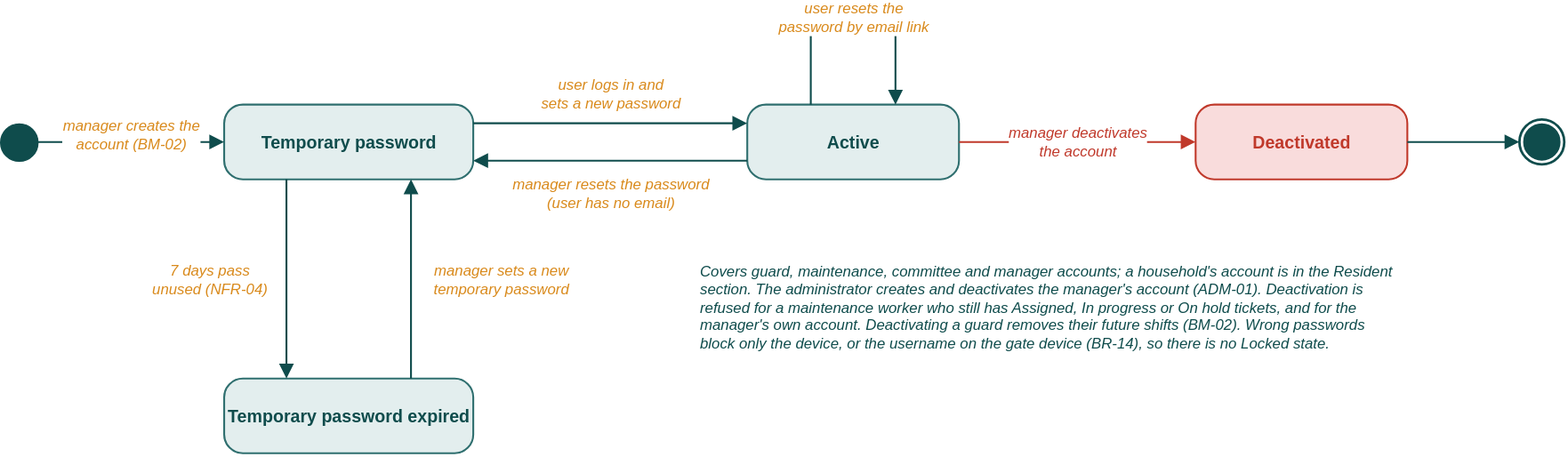
The draw.io diagram diagrams/building-manager/state_diagrams/building-manager-state-1-staff-account.drawio.svg in iammahir2020/BariBondhu-Apartment-Building-Management-System, before a commit. Source tidied: cells renumbered, new cells last; positions are measured from the earlier drawing's top-left corner, leaving out a move shared by most shapes.
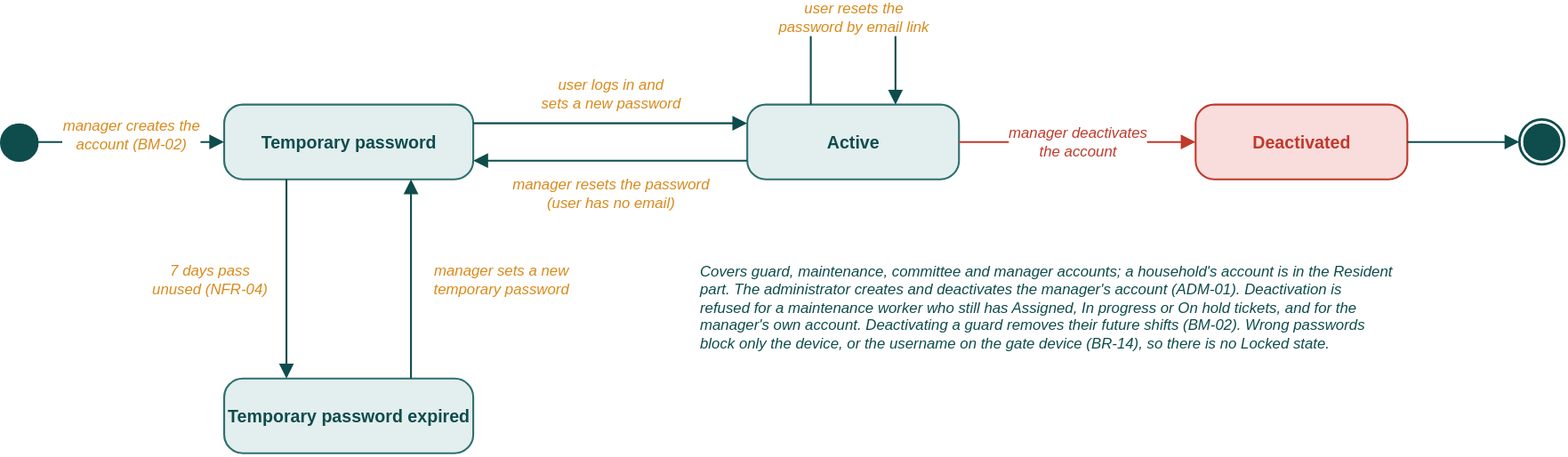
Later version of the same file.

What changed in the source:
```diff
@@ -59,7 +59,7 @@
     <mxCell id="15" style="endArrow=block;endFill=1;endSize=8;html=1;strokeColor=#0F4C4C;strokeWidth=1.5;fontSize=12;fontStyle=2;fontColor=#D98A1C;labelBackgroundColor=#FFFFFF;fontFamily=Helvetica;" parent="1" edge="1" source="5" target="7">
       <mxGeometry relative="1" as="geometry" />
     </mxCell>
-    <mxCell id="16" value="Covers guard, maintenance, committee and manager accounts; a household's account is in the Resident section. The administrator creates and deactivates the manager's account (ADM-01). Deactivation is refused for a maintenance worker who still has Assigned, In progress or On hold tickets, and for the manager's own account. Deactivating a guard removes their future shifts (BM-02). Wrong passwords block only the device, or the username on the gate device (BR-14), so there is no Locked state." style="text;html=1;align=left;verticalAlign=top;whiteSpace=wrap;fontSize=12;fontStyle=2;fontColor=#0F4C4C;fontFamily=Helvetica;" parent="1" vertex="1">
+    <mxCell id="16" value="Covers guard, maintenance, committee and manager accounts; a household's account is in the Resident part. The administrator creates and deactivates the manager's account (ADM-01). Deactivation is refused for a maintenance worker who still has Assigned, In progress or On hold tickets, and for the manager's own account. Deactivating a guard removes their future shifts (BM-02). Wrong passwords block only the device, or the username on the gate device (BR-14), so there is no Locked state." style="text;html=1;align=left;verticalAlign=top;whiteSpace=wrap;fontSize=12;fontStyle=2;fontColor=#0F4C4C;fontFamily=Helvetica;" parent="1" vertex="1">
       <mxGeometry x="560" y="190" width="560" height="120" as="geometry" />
     </mxCell>
   </root>
```
